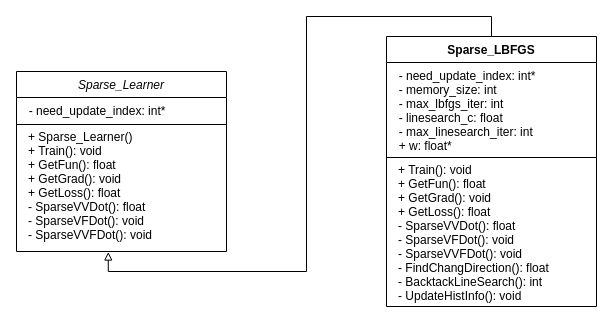
Earlier version of the draw.io diagram 未命名绘图.drawio (abdzhangzeyu/draw.io). Source tidied: cells renumbered, new cells numbered last; positions are measured from the earlier drawing's top-left corner, leaving out a move shared by most shapes. Both pictures are drawn from the tidied source at 100%, with x=0, y=0 at pixel (16, 16).
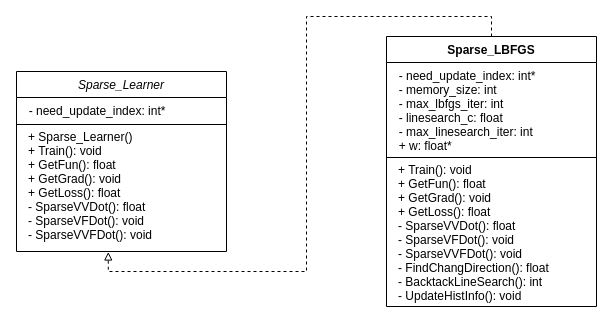
After the change.

Commit message (it also covers changes not shown here):
更新未命名绘图.drawio

The edit, as a diff of the source:
```diff
@@
 <mxGraphModel>
   <root>
     <mxCell id="0" />
     <mxCell id="1" parent="0" />
     <mxCell id="2" value="Sparse_Learner" style="swimlane;fontStyle=2;align=center;verticalAlign=top;horizontal=1;startSize=26;" parent="1" vertex="1">
       <mxGeometry y="55" width="210" height="180" as="geometry" />
     </mxCell>
     <mxCell id="3" value="  - need_update_index: int*" style="text;strokeColor=none;fillColor=none;align=left;verticalAlign=top;spacingLeft=4;spacingRight=4;overflow=hidden;" parent="2" vertex="1">
       <mxGeometry y="26" width="210" height="26" as="geometry" />
     </mxCell>
     <mxCell id="4" style="line;strokeWidth=1;fillColor=none;align=left;verticalAlign=middle;spacingTop=-1;spacingLeft=3;spacingRight=3;labelPosition=right;strokeColor=inherit;" parent="2" vertex="1">
       <mxGeometry y="52" width="210" height="2" as="geometry" />
     </mxCell>
     <mxCell id="5" value="+ Sparse_Learner()&#10;+ Train(): void&#10;+ GetFun(): float&#10;+ GetGrad(): void&#10;+ GetLoss(): float&#10;- SparseVVDot(): float&#10;- SparseVFDot(): void&#10;- SparseVVFDot(): void" style="text;strokeColor=none;fillColor=none;align=left;verticalAlign=top;spacingLeft=7;spacingRight=4;overflow=hidden;points=[[0,0.5],[1,0.5]];portConstraint=eastwest;spacing=5;spacingBottom=-1;spacingTop=-5;" parent="2" vertex="1">
       <mxGeometry y="54" width="210" height="126" as="geometry" />
     </mxCell>
-    <mxCell id="6" style="edgeStyle=orthogonalEdgeStyle;rounded=0;jettySize=auto;html=1;exitX=0.5;exitY=0;exitDx=0;exitDy=0;endArrow=block;endFill=0;entryX=0.437;entryY=1.004;entryDx=0;entryDy=0;entryPerimeter=0;" parent="1" edge="1" source="7" target="5">
+    <mxCell id="6" style="edgeStyle=orthogonalEdgeStyle;rounded=0;jettySize=auto;html=1;exitX=0.5;exitY=0;exitDx=0;exitDy=0;endArrow=block;endFill=0;entryX=0.437;entryY=1.004;entryDx=0;entryDy=0;entryPerimeter=0;dashed=1;" parent="1" edge="1" source="7" target="5">
       <mxGeometry relative="1" as="geometry">
         <Array as="points">
           <mxPoint x="475" />
           <mxPoint x="290" />
           <mxPoint x="290" y="255" />
           <mxPoint x="92" y="255" />
         </Array>
       </mxGeometry>
     </mxCell>
     <mxCell id="7" value="Sparse_LBFGS" style="swimlane;fontStyle=1;align=center;verticalAlign=top;horizontal=1;startSize=26;" parent="1" vertex="1">
       <mxGeometry x="370" y="20" width="210" height="270" as="geometry" />
     </mxCell>
     <mxCell id="8" value="  - need_update_index: int*&#10;  - memory_size: int&#10;  - max_lbfgs_iter: int&#10;  - linesearch_c: float&#10;  - max_linesearch_iter: int&#10;  + w: float*&#10;" style="text;strokeColor=none;fillColor=none;align=left;verticalAlign=top;spacingLeft=4;spacingRight=4;overflow=hidden;" parent="7" vertex="1">
       <mxGeometry y="26" width="210" height="94" as="geometry" />
     </mxCell>
     <mxCell id="9" style="line;strokeWidth=1;fillColor=none;align=left;verticalAlign=middle;spacingTop=-1;spacingLeft=3;spacingRight=3;labelPosition=right;strokeColor=inherit;" parent="7" vertex="1">
       <mxGeometry y="120" width="210" height="2" as="geometry" />
     </mxCell>
     <mxCell id="10" value="+ Train(): void&#10;+ GetFun(): float&#10;+ GetGrad(): void&#10;+ GetLoss(): float&#10;- SparseVVDot(): float&#10;- SparseVFDot(): void&#10;- SparseVVFDot(): void&#10;- FindChangDirection(): float&#10;- BacktackLineSearch(): int&#10;- UpdateHistInfo(): void" style="text;strokeColor=none;fillColor=none;align=left;verticalAlign=top;spacingLeft=7;spacingRight=4;overflow=hidden;spacing=5;spacingBottom=-1;spacingTop=-5;" parent="7" vertex="1">
       <mxGeometry y="122" width="210" height="148" as="geometry" />
     </mxCell>
   </root>
 </mxGraphModel>
```
